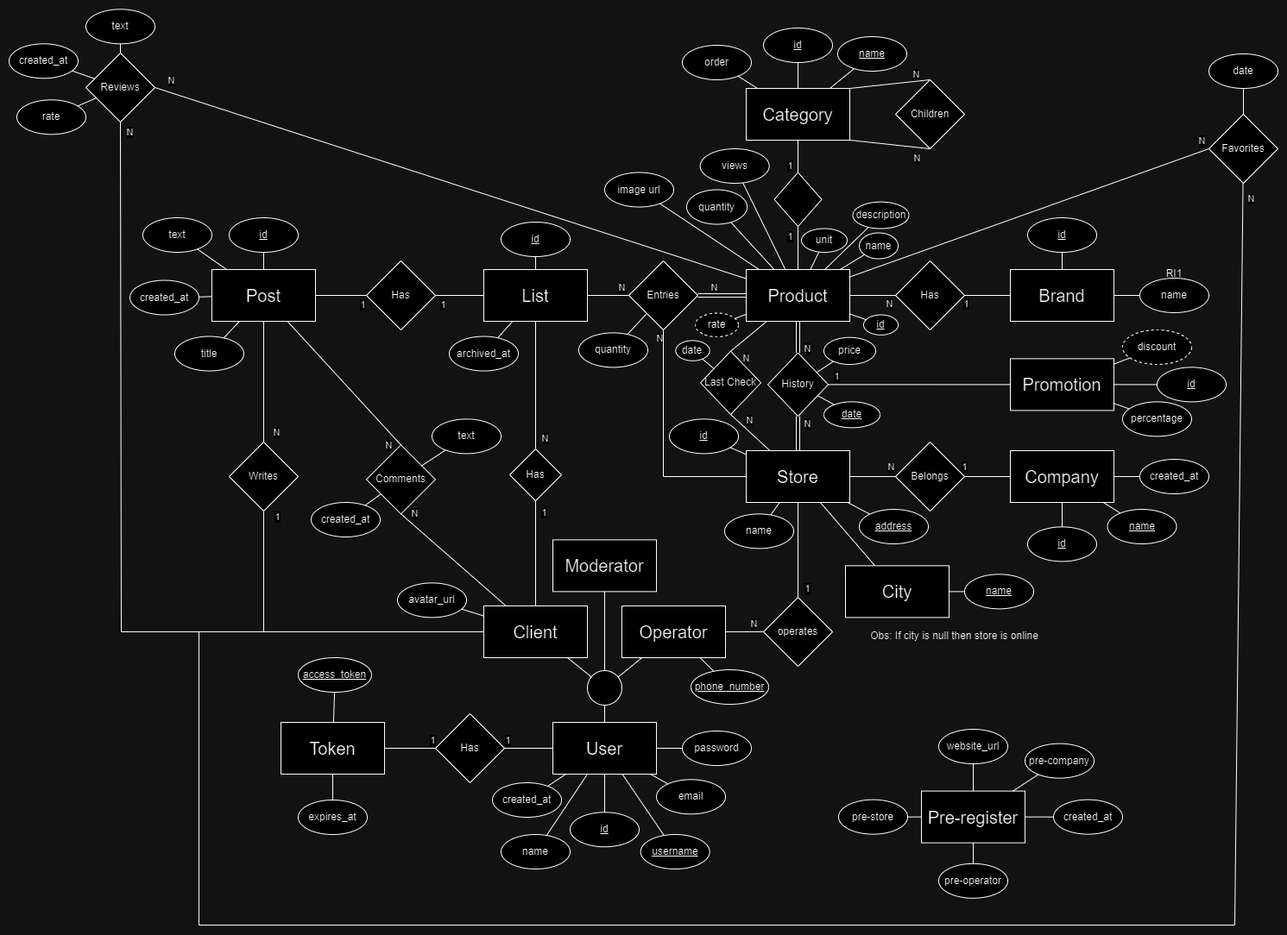
The draw.io diagram docs/EA_model.png in AndreGraca3/Market-Tracker, before a commit. Source tidied: cells renumbered, new cells last; positions are measured from the earlier drawing's top-left corner, leaving out a move shared by most shapes.
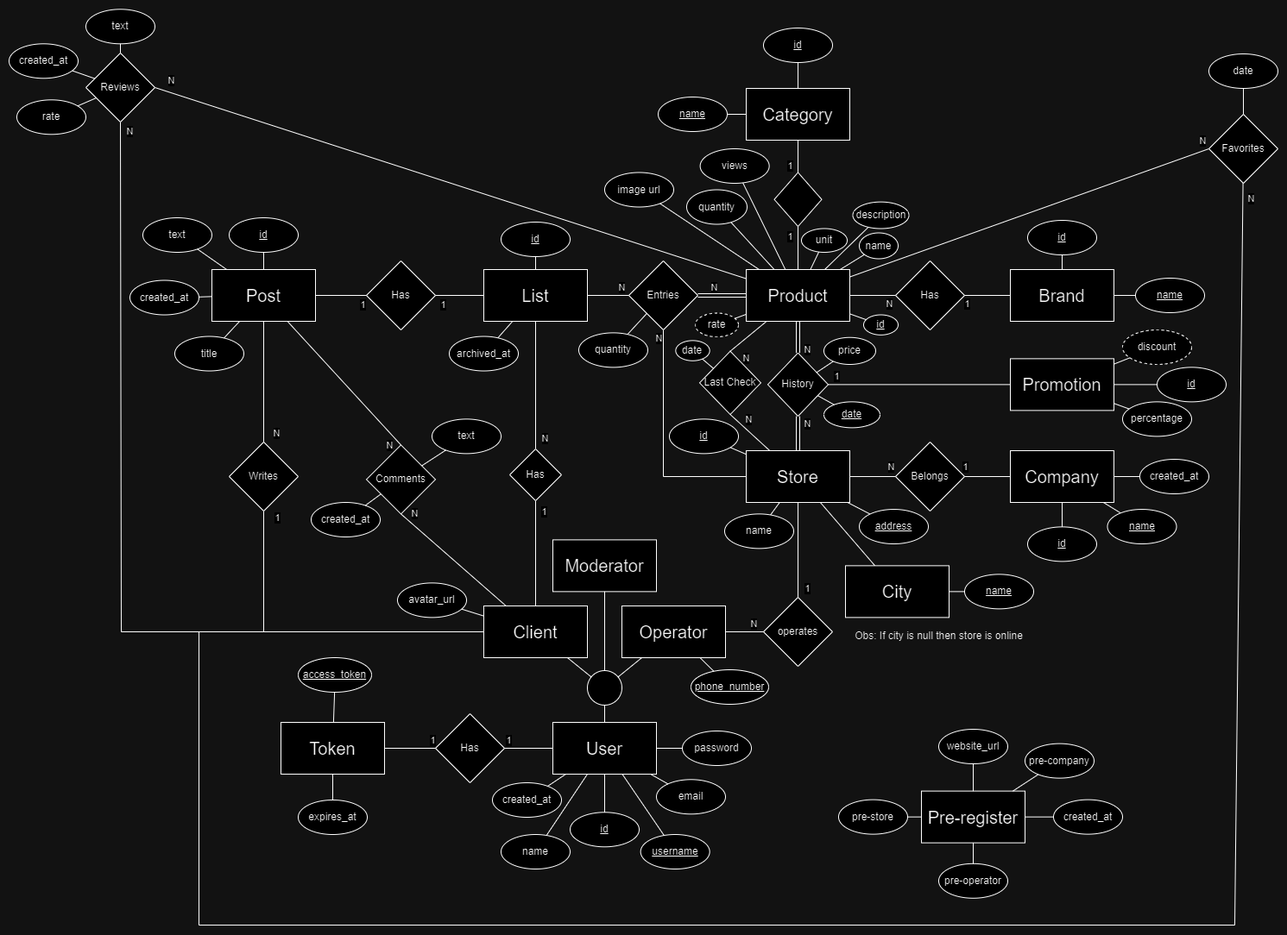
The same file after the commit.

The edit, as a diff of the source:
```diff
@@ -233,7 +233,7 @@
       </mxGeometry>
     </mxCell>
     <mxCell id="72" value="&lt;span&gt;name&lt;/span&gt;" style="ellipse;whiteSpace=wrap;html=1;fontStyle=4;" parent="1" vertex="1">
-      <mxGeometry x="960" y="32" width="80" height="40" as="geometry" />
+      <mxGeometry x="752" y="102" width="80" height="40" as="geometry" />
     </mxCell>
     <mxCell id="73" style="endArrow=none;html=1;rounded=0;" parent="1" edge="1" source="69" target="72">
       <mxGeometry relative="1" as="geometry" />
@@ -247,45 +247,20 @@
     <mxCell id="76" value="&lt;u&gt;id&lt;/u&gt;" style="ellipse;whiteSpace=wrap;html=1;" parent="1" vertex="1">
       <mxGeometry x="874" y="22" width="80" height="40" as="geometry" />
     </mxCell>
-    <mxCell id="77" value="order" style="ellipse;whiteSpace=wrap;html=1;" parent="1" vertex="1">
-      <mxGeometry x="780" y="42" width="80" height="40" as="geometry" />
-    </mxCell>
-    <mxCell id="78" value="Children" style="rhombus;whiteSpace=wrap;html=1;" parent="1" vertex="1">
-      <mxGeometry x="1027" y="82" width="80" height="80" as="geometry" />
-    </mxCell>
-    <mxCell id="79" style="endArrow=none;html=1;rounded=0;entryX=0.5;entryY=1;entryDx=0;entryDy=0;exitX=1;exitY=1;exitDx=0;exitDy=0;" parent="1" edge="1" source="69" target="78">
-      <mxGeometry relative="1" as="geometry" />
-    </mxCell>
-    <mxCell id="80" value="N" style="edgeLabel;html=1;align=center;verticalAlign=middle;" parent="79" vertex="1">
-      <mxGeometry x="0.24" y="-2" relative="1" as="geometry">
-        <mxPoint x="20" y="12" as="offset" />
-      </mxGeometry>
-    </mxCell>
     <mxCell id="81" style="endArrow=none;html=1;rounded=0;" parent="1" edge="1" source="69" target="76">
       <mxGeometry relative="1" as="geometry" />
     </mxCell>
-    <mxCell id="82" style="endArrow=none;html=1;rounded=0;" parent="1" edge="1" source="69" target="77">
-      <mxGeometry relative="1" as="geometry" />
-    </mxCell>
-    <mxCell id="83" style="endArrow=none;html=1;rounded=0;entryX=0.5;entryY=0;entryDx=0;entryDy=0;exitX=1;exitY=0;exitDx=0;exitDy=0;" parent="1" edge="1" source="69" target="78">
-      <mxGeometry relative="1" as="geometry" />
-    </mxCell>
-    <mxCell id="84" value="N" style="edgeLabel;html=1;align=center;verticalAlign=middle;" parent="83" vertex="1">
-      <mxGeometry x="0.24" y="-2" relative="1" as="geometry">
-        <mxPoint x="19" y="-12" as="offset" />
-      </mxGeometry>
-    </mxCell>
     <mxCell id="85" value="&lt;span style=&quot;font-size: 20px;&quot;&gt;Brand&lt;/span&gt;" style="rounded=0;whiteSpace=wrap;html=1;" parent="1" vertex="1">
       <mxGeometry x="1160" y="302" width="120" height="60" as="geometry" />
     </mxCell>
     <mxCell id="86" value="&lt;u&gt;id&lt;/u&gt;" style="ellipse;whiteSpace=wrap;html=1;" parent="1" vertex="1">
-      <mxGeometry x="1180" y="242" width="80" height="40" as="geometry" />
+      <mxGeometry x="1180" y="245" width="80" height="40" as="geometry" />
     </mxCell>
     <mxCell id="87" style="endArrow=none;html=1;rounded=0;" parent="1" edge="1" source="85" target="86">
       <mxGeometry relative="1" as="geometry" />
     </mxCell>
-    <mxCell id="88" value="&lt;span&gt;name&lt;/span&gt;" style="ellipse;whiteSpace=wrap;html=1;fontStyle=0;" parent="1" vertex="1">
-      <mxGeometry x="1310" y="312" width="80" height="40" as="geometry" />
+    <mxCell id="88" value="&lt;span&gt;name&lt;/span&gt;" style="ellipse;whiteSpace=wrap;html=1;fontStyle=4;" parent="1" vertex="1">
+      <mxGeometry x="1305" y="312" width="80" height="40" as="geometry" />
     </mxCell>
     <mxCell id="89" style="endArrow=none;html=1;rounded=0;" parent="1" edge="1" source="88" target="85">
       <mxGeometry relative="1" as="geometry" />
@@ -398,9 +373,6 @@
     <mxCell id="120" value="address" style="ellipse;whiteSpace=wrap;html=1;fontStyle=4;" parent="1" vertex="1">
       <mxGeometry x="985" y="580" width="80" height="40" as="geometry" />
     </mxCell>
-    <mxCell id="121" value="RI1" style="text;html=1;align=center;verticalAlign=middle;whiteSpace=wrap;rounded=0;" parent="1" vertex="1">
-      <mxGeometry x="1320" y="292" width="60" height="30" as="geometry" />
-    </mxCell>
     <mxCell id="122" value="created_at" style="ellipse;whiteSpace=wrap;html=1;" parent="1" vertex="1">
       <mxGeometry x="1310" y="522" width="80" height="40" as="geometry" />
     </mxCell>
@@ -622,7 +594,7 @@
       <mxGeometry relative="1" as="geometry" />
     </mxCell>
     <mxCell id="186" value="Last Check" style="rhombus;whiteSpace=wrap;html=1;shadow=0;strokeColor=default;gradientColor=none;fillColor=default;fillStyle=auto;" parent="1" vertex="1">
-      <mxGeometry x="801" y="396.7" width="70" height="73.4" as="geometry" />
+      <mxGeometry x="800" y="396.7" width="71" height="73.4" as="geometry" />
     </mxCell>
     <mxCell id="187" value="N" style="endArrow=none;html=1;rounded=0;exitX=0.5;exitY=0;exitDx=0;exitDy=0;" parent="1" edge="1" source="186" target="2">
       <mxGeometry x="-0.68" y="-18" relative="1" as="geometry" />
@@ -676,7 +648,7 @@
       <mxGeometry relative="1" as="geometry" />
     </mxCell>
     <mxCell id="203" value="Obs: If city is null then store is online" style="text;html=1;align=center;verticalAlign=middle;strokeColor=none;fillColor=none;" parent="1" vertex="1">
-      <mxGeometry x="985" y="712" width="220" height="30" as="geometry" />
+      <mxGeometry x="967" y="712" width="220" height="30" as="geometry" />
     </mxCell>
   </root>
 </mxGraphModel>
```
